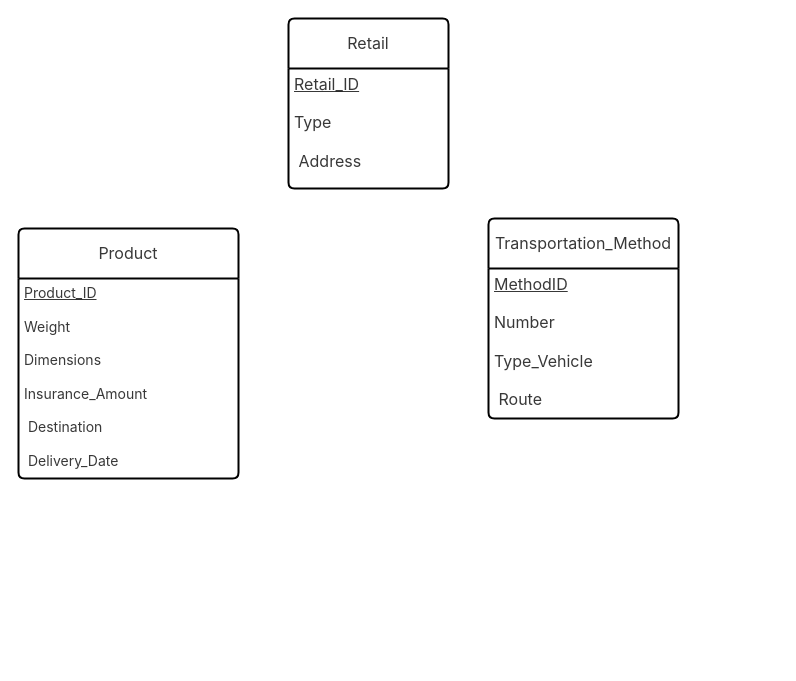
This is Q5.drawio from Amin-Shams/draw-io, a draw.io file, before an edit. Source tidied: cells renumbered, new cells numbered last; positions are measured from the earlier drawing's top-left corner, leaving out a move shared by most shapes. Both pictures are drawn from the tidied source at 100%, with x=0, y=0 at pixel (18, 18).
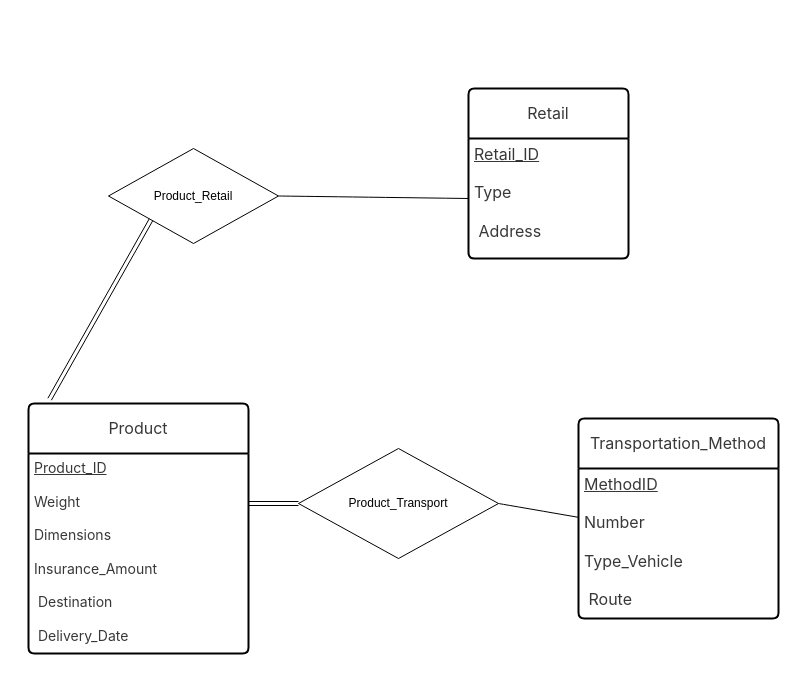
The same page after the edit.

The edit, as a diff of the source:
```diff
@@
 <mxGraphModel>
   <root>
     <mxCell id="0" />
     <mxCell id="1" parent="0" />
     <mxCell id="2" value="&lt;span style=&quot;color: rgba(0, 0, 0, 0.78); font-family: &amp;quot;DM Sans&amp;quot;, -apple-system, BlinkMacSystemFont, &amp;quot;Segoe UI&amp;quot;, Helvetica, Arial, sans-serif, &amp;quot;Apple Color Emoji&amp;quot;, &amp;quot;Segoe UI Emoji&amp;quot;; font-size: 16px; text-align: right; background-color: rgb(255, 255, 255);&quot;&gt;Product&lt;/span&gt;" style="swimlane;horizontal=1;startSize=50;rounded=1;fontSize=14;fontStyle=0;strokeWidth=2;shadow=0;dashed=0;align=center;arcSize=4;whiteSpace=wrap;html=1;" parent="1" vertex="1">
-      <mxGeometry y="210" width="220" height="250" as="geometry" />
+      <mxGeometry x="10" y="385" width="220" height="250" as="geometry" />
     </mxCell>
     <mxCell id="3" value="&lt;span style=&quot;color: rgba(0, 0, 0, 0.78); font-family: &amp;quot;DM Sans&amp;quot;, -apple-system, BlinkMacSystemFont, &amp;quot;Segoe UI&amp;quot;, Helvetica, Arial, sans-serif, &amp;quot;Apple Color Emoji&amp;quot;, &amp;quot;Segoe UI Emoji&amp;quot;; font-size: 14px; text-align: right; text-wrap: wrap; background-color: rgb(255, 255, 255);&quot;&gt;&lt;u&gt;Product_ID&lt;/u&gt;&lt;/span&gt;&lt;div&gt;&lt;div style=&quot;text-align: right;&quot;&gt;&lt;font face=&quot;DM Sans, -apple-system, BlinkMacSystemFont, Segoe UI, Helvetica, Arial, sans-serif, Apple Color Emoji, Segoe UI Emoji&quot; color=&quot;rgba(0, 0, 0, 0.78)&quot;&gt;&lt;span style=&quot;font-size: 14px; text-wrap: wrap;&quot;&gt;&lt;br&gt;&lt;/span&gt;&lt;/font&gt;&lt;/div&gt;&lt;div&gt;&lt;span style=&quot;color: rgba(0, 0, 0, 0.78); font-family: &amp;quot;DM Sans&amp;quot;, -apple-system, BlinkMacSystemFont, &amp;quot;Segoe UI&amp;quot;, Helvetica, Arial, sans-serif, &amp;quot;Apple Color Emoji&amp;quot;, &amp;quot;Segoe UI Emoji&amp;quot;; font-size: 14px; text-align: right; text-wrap: wrap; background-color: rgb(255, 255, 255);&quot;&gt;Weight&lt;/span&gt;&lt;/div&gt;&lt;div&gt;&lt;span style=&quot;color: rgba(0, 0, 0, 0.78); font-family: &amp;quot;DM Sans&amp;quot;, -apple-system, BlinkMacSystemFont, &amp;quot;Segoe UI&amp;quot;, Helvetica, Arial, sans-serif, &amp;quot;Apple Color Emoji&amp;quot;, &amp;quot;Segoe UI Emoji&amp;quot;; font-size: 14px; text-align: right; text-wrap: wrap; background-color: rgb(255, 255, 255);&quot;&gt;&lt;br&gt;&lt;/span&gt;&lt;/div&gt;&lt;div&gt;&lt;span style=&quot;color: rgba(0, 0, 0, 0.78); font-family: &amp;quot;DM Sans&amp;quot;, -apple-system, BlinkMacSystemFont, &amp;quot;Segoe UI&amp;quot;, Helvetica, Arial, sans-serif, &amp;quot;Apple Color Emoji&amp;quot;, &amp;quot;Segoe UI Emoji&amp;quot;; font-size: 14px; text-align: right; text-wrap: wrap; background-color: rgb(255, 255, 255);&quot;&gt;Dimensions&lt;/span&gt;&lt;/div&gt;&lt;div&gt;&lt;span style=&quot;color: rgba(0, 0, 0, 0.78); font-family: &amp;quot;DM Sans&amp;quot;, -apple-system, BlinkMacSystemFont, &amp;quot;Segoe UI&amp;quot;, Helvetica, Arial, sans-serif, &amp;quot;Apple Color Emoji&amp;quot;, &amp;quot;Segoe UI Emoji&amp;quot;; font-size: 14px; text-align: right; text-wrap: wrap; background-color: rgb(255, 255, 255);&quot;&gt;&lt;br&gt;&lt;/span&gt;&lt;/div&gt;&lt;div&gt;&lt;span style=&quot;color: rgba(0, 0, 0, 0.78); font-family: &amp;quot;DM Sans&amp;quot;, -apple-system, BlinkMacSystemFont, &amp;quot;Segoe UI&amp;quot;, Helvetica, Arial, sans-serif, &amp;quot;Apple Color Emoji&amp;quot;, &amp;quot;Segoe UI Emoji&amp;quot;; font-size: 14px; text-align: right; text-wrap: wrap; background-color: rgb(255, 255, 255);&quot;&gt;Insurance_Amount&lt;/span&gt;&lt;/div&gt;&lt;div&gt;&lt;span style=&quot;color: rgba(0, 0, 0, 0.78); font-family: &amp;quot;DM Sans&amp;quot;, -apple-system, BlinkMacSystemFont, &amp;quot;Segoe UI&amp;quot;, Helvetica, Arial, sans-serif, &amp;quot;Apple Color Emoji&amp;quot;, &amp;quot;Segoe UI Emoji&amp;quot;; font-size: 14px; text-align: right; text-wrap: wrap; background-color: rgb(255, 255, 255);&quot;&gt;&lt;br&gt;&lt;/span&gt;&lt;/div&gt;&lt;div&gt;&lt;span style=&quot;color: rgba(0, 0, 0, 0.78); font-family: &amp;quot;DM Sans&amp;quot;, -apple-system, BlinkMacSystemFont, &amp;quot;Segoe UI&amp;quot;, Helvetica, Arial, sans-serif, &amp;quot;Apple Color Emoji&amp;quot;, &amp;quot;Segoe UI Emoji&amp;quot;; font-size: 14px; text-align: right; text-wrap: wrap; background-color: rgb(255, 255, 255);&quot;&gt;&amp;nbsp;Destination&lt;/span&gt;&lt;/div&gt;&lt;div&gt;&lt;span style=&quot;color: rgba(0, 0, 0, 0.78); font-family: &amp;quot;DM Sans&amp;quot;, -apple-system, BlinkMacSystemFont, &amp;quot;Segoe UI&amp;quot;, Helvetica, Arial, sans-serif, &amp;quot;Apple Color Emoji&amp;quot;, &amp;quot;Segoe UI Emoji&amp;quot;; font-size: 14px; text-align: right; text-wrap: wrap; background-color: rgb(255, 255, 255);&quot;&gt;&lt;br&gt;&lt;/span&gt;&lt;/div&gt;&lt;div&gt;&lt;span style=&quot;color: rgba(0, 0, 0, 0.78); font-family: &amp;quot;DM Sans&amp;quot;, -apple-system, BlinkMacSystemFont, &amp;quot;Segoe UI&amp;quot;, Helvetica, Arial, sans-serif, &amp;quot;Apple Color Emoji&amp;quot;, &amp;quot;Segoe UI Emoji&amp;quot;; font-size: 14px; text-align: right; text-wrap: wrap; background-color: rgb(255, 255, 255);&quot;&gt;&amp;nbsp;Delivery_Date&lt;/span&gt;&lt;/div&gt;&lt;/div&gt;" style="align=left;strokeColor=none;fillColor=none;spacingLeft=4;fontSize=12;verticalAlign=top;html=1;" parent="2" vertex="1">
       <mxGeometry y="50" width="220" height="200" as="geometry" />
     </mxCell>
     <mxCell id="4" style="edgeStyle=none;curved=1;rounded=0;orthogonalLoop=1;jettySize=auto;html=1;exitX=0.5;exitY=1;exitDx=0;exitDy=0;fontSize=12;startSize=8;endSize=8;" parent="2" edge="1" source="3" target="3">
       <mxGeometry relative="1" as="geometry" />
     </mxCell>
     <mxCell id="5" value="&lt;span style=&quot;color: rgba(0, 0, 0, 0.78); font-family: &amp;quot;DM Sans&amp;quot;, -apple-system, BlinkMacSystemFont, &amp;quot;Segoe UI&amp;quot;, Helvetica, Arial, sans-serif, &amp;quot;Apple Color Emoji&amp;quot;, &amp;quot;Segoe UI Emoji&amp;quot;; font-size: 16px; text-align: right; background-color: rgb(255, 255, 255);&quot;&gt;Retail&lt;/span&gt;" style="swimlane;horizontal=1;startSize=50;rounded=1;fontSize=14;fontStyle=0;strokeWidth=2;shadow=0;dashed=0;align=center;arcSize=4;whiteSpace=wrap;html=1;" parent="1" vertex="1">
-      <mxGeometry x="270" width="160" height="170" as="geometry" />
+      <mxGeometry x="450" y="70" width="160" height="170" as="geometry" />
     </mxCell>
     <mxCell id="6" value="&lt;span style=&quot;color: rgba(0, 0, 0, 0.78); font-family: &amp;quot;DM Sans&amp;quot;, -apple-system, BlinkMacSystemFont, &amp;quot;Segoe UI&amp;quot;, Helvetica, Arial, sans-serif, &amp;quot;Apple Color Emoji&amp;quot;, &amp;quot;Segoe UI Emoji&amp;quot;; font-size: 16px; text-align: right; text-wrap: wrap; background-color: rgb(255, 255, 255);&quot;&gt;&lt;u&gt;Retail_ID&lt;/u&gt;&lt;/span&gt;&lt;div&gt;&lt;div style=&quot;text-align: right;&quot;&gt;&lt;font face=&quot;DM Sans, -apple-system, BlinkMacSystemFont, Segoe UI, Helvetica, Arial, sans-serif, Apple Color Emoji, Segoe UI Emoji&quot; color=&quot;rgba(0, 0, 0, 0.78)&quot;&gt;&lt;span style=&quot;font-size: 16px; text-wrap: wrap;&quot;&gt;&lt;br&gt;&lt;/span&gt;&lt;/font&gt;&lt;/div&gt;&lt;div&gt;&lt;span style=&quot;color: rgba(0, 0, 0, 0.78); font-family: &amp;quot;DM Sans&amp;quot;, -apple-system, BlinkMacSystemFont, &amp;quot;Segoe UI&amp;quot;, Helvetica, Arial, sans-serif, &amp;quot;Apple Color Emoji&amp;quot;, &amp;quot;Segoe UI Emoji&amp;quot;; font-size: 16px; text-align: right; text-wrap: wrap; background-color: rgb(255, 255, 255);&quot;&gt;Type&lt;/span&gt;&lt;/div&gt;&lt;div&gt;&lt;span style=&quot;color: rgba(0, 0, 0, 0.78); font-family: &amp;quot;DM Sans&amp;quot;, -apple-system, BlinkMacSystemFont, &amp;quot;Segoe UI&amp;quot;, Helvetica, Arial, sans-serif, &amp;quot;Apple Color Emoji&amp;quot;, &amp;quot;Segoe UI Emoji&amp;quot;; font-size: 16px; text-align: right; text-wrap: wrap; background-color: rgb(255, 255, 255);&quot;&gt;&lt;br&gt;&lt;/span&gt;&lt;/div&gt;&lt;div&gt;&lt;span style=&quot;color: rgba(0, 0, 0, 0.78); font-family: &amp;quot;DM Sans&amp;quot;, -apple-system, BlinkMacSystemFont, &amp;quot;Segoe UI&amp;quot;, Helvetica, Arial, sans-serif, &amp;quot;Apple Color Emoji&amp;quot;, &amp;quot;Segoe UI Emoji&amp;quot;; font-size: 16px; text-align: right; text-wrap: wrap; background-color: rgb(255, 255, 255);&quot;&gt;&amp;nbsp;Address&lt;/span&gt;&lt;/div&gt;&lt;/div&gt;" style="align=left;strokeColor=none;fillColor=none;spacingLeft=4;fontSize=12;verticalAlign=top;html=1;" parent="5" vertex="1">
       <mxGeometry y="50" width="160" height="120" as="geometry" />
     </mxCell>
     <mxCell id="7" value="&lt;span style=&quot;color: rgba(0, 0, 0, 0.78); font-family: &amp;quot;DM Sans&amp;quot;, -apple-system, BlinkMacSystemFont, &amp;quot;Segoe UI&amp;quot;, Helvetica, Arial, sans-serif, &amp;quot;Apple Color Emoji&amp;quot;, &amp;quot;Segoe UI Emoji&amp;quot;; font-size: 16px; text-align: right; background-color: rgb(255, 255, 255);&quot;&gt;Transportation_Method&lt;/span&gt;" style="swimlane;horizontal=1;startSize=50;rounded=1;fontSize=14;fontStyle=0;strokeWidth=2;shadow=0;dashed=0;align=center;arcSize=4;whiteSpace=wrap;html=1;" parent="1" vertex="1">
-      <mxGeometry x="470" y="200" width="190" height="200" as="geometry" />
+      <mxGeometry x="560" y="400" width="200" height="200" as="geometry" />
     </mxCell>
     <mxCell id="8" value="&lt;span style=&quot;color: rgba(0, 0, 0, 0.78); font-family: &amp;quot;DM Sans&amp;quot;, -apple-system, BlinkMacSystemFont, &amp;quot;Segoe UI&amp;quot;, Helvetica, Arial, sans-serif, &amp;quot;Apple Color Emoji&amp;quot;, &amp;quot;Segoe UI Emoji&amp;quot;; font-size: 16px; text-align: right; text-wrap: wrap; background-color: rgb(255, 255, 255);&quot;&gt;&lt;u&gt;MethodID&lt;/u&gt;&lt;/span&gt;&lt;div&gt;&lt;div style=&quot;text-align: right;&quot;&gt;&lt;font face=&quot;DM Sans, -apple-system, BlinkMacSystemFont, Segoe UI, Helvetica, Arial, sans-serif, Apple Color Emoji, Segoe UI Emoji&quot; color=&quot;rgba(0, 0, 0, 0.78)&quot;&gt;&lt;span style=&quot;font-size: 16px; text-wrap: wrap;&quot;&gt;&lt;br&gt;&lt;/span&gt;&lt;/font&gt;&lt;/div&gt;&lt;div&gt;&lt;span style=&quot;color: rgba(0, 0, 0, 0.78); font-family: &amp;quot;DM Sans&amp;quot;, -apple-system, BlinkMacSystemFont, &amp;quot;Segoe UI&amp;quot;, Helvetica, Arial, sans-serif, &amp;quot;Apple Color Emoji&amp;quot;, &amp;quot;Segoe UI Emoji&amp;quot;; font-size: 16px; text-align: right; text-wrap: wrap; background-color: rgb(255, 255, 255);&quot;&gt;Number&lt;/span&gt;&lt;/div&gt;&lt;div&gt;&lt;span style=&quot;color: rgba(0, 0, 0, 0.78); font-family: &amp;quot;DM Sans&amp;quot;, -apple-system, BlinkMacSystemFont, &amp;quot;Segoe UI&amp;quot;, Helvetica, Arial, sans-serif, &amp;quot;Apple Color Emoji&amp;quot;, &amp;quot;Segoe UI Emoji&amp;quot;; font-size: 16px; text-align: right; text-wrap: wrap; background-color: rgb(255, 255, 255);&quot;&gt;&lt;br&gt;&lt;/span&gt;&lt;/div&gt;&lt;div&gt;&lt;span style=&quot;color: rgba(0, 0, 0, 0.78); font-family: &amp;quot;DM Sans&amp;quot;, -apple-system, BlinkMacSystemFont, &amp;quot;Segoe UI&amp;quot;, Helvetica, Arial, sans-serif, &amp;quot;Apple Color Emoji&amp;quot;, &amp;quot;Segoe UI Emoji&amp;quot;; font-size: 16px; text-align: right; text-wrap: wrap; background-color: rgb(255, 255, 255);&quot;&gt;Type_Vehicle&lt;/span&gt;&lt;/div&gt;&lt;div&gt;&lt;span style=&quot;color: rgba(0, 0, 0, 0.78); font-family: &amp;quot;DM Sans&amp;quot;, -apple-system, BlinkMacSystemFont, &amp;quot;Segoe UI&amp;quot;, Helvetica, Arial, sans-serif, &amp;quot;Apple Color Emoji&amp;quot;, &amp;quot;Segoe UI Emoji&amp;quot;; font-size: 16px; text-align: right; text-wrap: wrap; background-color: rgb(255, 255, 255);&quot;&gt;&lt;br&gt;&lt;/span&gt;&lt;/div&gt;&lt;div&gt;&lt;span style=&quot;color: rgba(0, 0, 0, 0.78); font-family: &amp;quot;DM Sans&amp;quot;, -apple-system, BlinkMacSystemFont, &amp;quot;Segoe UI&amp;quot;, Helvetica, Arial, sans-serif, &amp;quot;Apple Color Emoji&amp;quot;, &amp;quot;Segoe UI Emoji&amp;quot;; font-size: 16px; text-align: right; text-wrap: wrap; background-color: rgb(255, 255, 255);&quot;&gt;&amp;nbsp;Route&lt;/span&gt;&lt;/div&gt;&lt;/div&gt;" style="align=left;strokeColor=none;fillColor=none;spacingLeft=4;fontSize=12;verticalAlign=top;html=1;" parent="7" vertex="1">
-      <mxGeometry y="50" width="190" height="150" as="geometry" />
+      <mxGeometry y="50" width="200" height="150" as="geometry" />
     </mxCell>
+    <mxCell id="9" value="Product_Retail" style="shape=rhombus;perimeter=rhombusPerimeter;whiteSpace=wrap;html=1;align=center;" parent="1" vertex="1">
+      <mxGeometry x="90" y="130" width="170" height="95" as="geometry" />
+    </mxCell>
+    <mxCell id="10" style="endArrow=none;html=1;rounded=0;fontSize=12;startSize=8;endSize=8;curved=1;exitX=1;exitY=0.5;exitDx=0;exitDy=0;entryX=0;entryY=0.5;entryDx=0;entryDy=0;" parent="1" edge="1" source="9" target="6">
+      <mxGeometry relative="1" as="geometry" />
+    </mxCell>
+    <mxCell id="11" style="endArrow=none;html=1;rounded=0;fontSize=12;curved=1;exitX=0.096;exitY=-0.017;exitDx=0;exitDy=0;exitPerimeter=0;entryX=0;entryY=1;entryDx=0;entryDy=0;shape=link;" parent="1" edge="1" source="2" target="9">
+      <mxGeometry relative="1" as="geometry" />
+    </mxCell>
+    <mxCell id="12" value="Product_Transport" style="shape=rhombus;perimeter=rhombusPerimeter;whiteSpace=wrap;html=1;align=center;" parent="1" vertex="1">
+      <mxGeometry x="280" y="430" width="200" height="110" as="geometry" />
+    </mxCell>
+    <mxCell id="13" style="endArrow=none;html=1;rounded=0;fontSize=12;curved=1;exitX=1;exitY=0.25;exitDx=0;exitDy=0;entryX=0;entryY=0.5;entryDx=0;entryDy=0;shape=link;" parent="1" edge="1" source="3" target="12">
+      <mxGeometry relative="1" as="geometry" />
+    </mxCell>
+    <mxCell id="14" style="endArrow=none;html=1;rounded=0;fontSize=12;startSize=8;endSize=8;curved=1;exitX=1;exitY=0.5;exitDx=0;exitDy=0;entryX=0.002;entryY=0.326;entryDx=0;entryDy=0;entryPerimeter=0;" parent="1" edge="1" source="12" target="8">
+      <mxGeometry relative="1" as="geometry" />
+    </mxCell>
   </root>
 </mxGraphModel>
```
